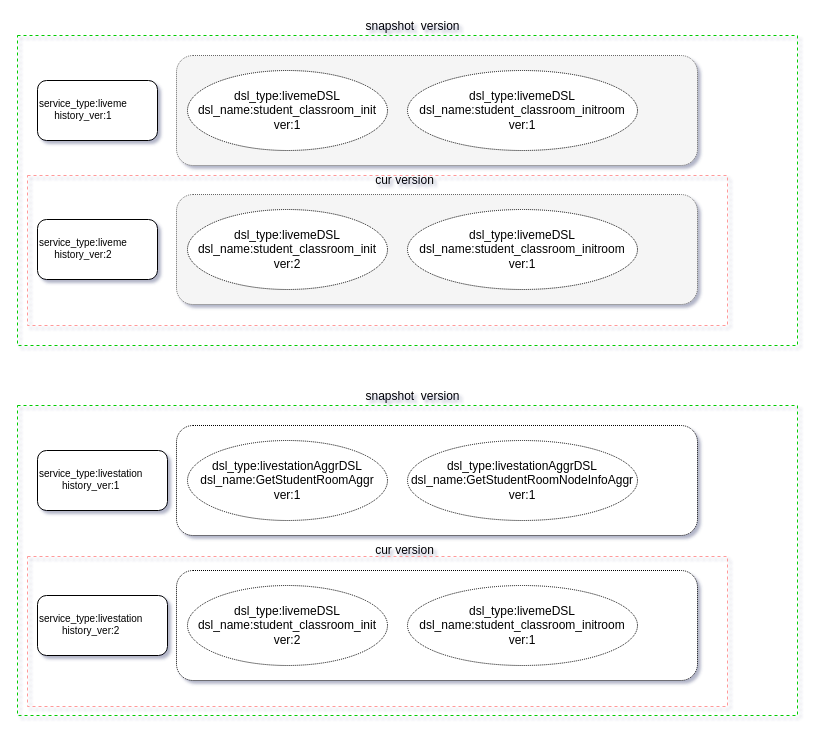
Above: Untitled Diagram.drawio in weedge/mypic (draw.io), before the change. Source tidied: cells renumbered, new cells numbered last; positions are measured from the earlier drawing's top-left corner, leaving out a move shared by most shapes. Both pictures are drawn from the tidied source at 100%, with x=0, y=0 at pixel (17, 17).
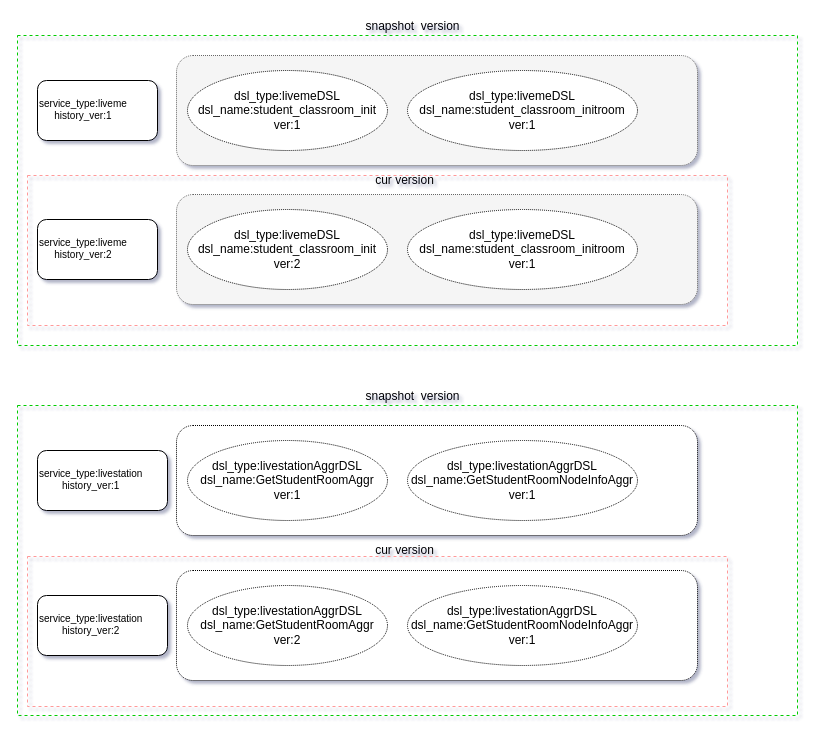
Above is the later version.

What changed in the source:
```diff
@@
-    <mxCell id="20" value="dsl_type:livemeDSL&lt;br&gt;dsl_name:student_classroom_init&lt;br&gt;ver:2" style="ellipse;whiteSpace=wrap;html=1;shadow=0;dashed=1;dashPattern=1 1;labelBackgroundColor=none;align=center;" parent="1" vertex="1">
+    <mxCell id="20" value="dsl_type:livestationAggrDSL&lt;br&gt;dsl_name:GetStudentRoomAggr&lt;br&gt;ver:2" style="ellipse;whiteSpace=wrap;html=1;shadow=0;dashed=1;dashPattern=1 1;labelBackgroundColor=none;align=center;" parent="1" vertex="1">
       <mxGeometry x="170" y="568" width="200" height="80" as="geometry" />
     </mxCell>
@@
-    <mxCell id="22" value="dsl_type:livemeDSL&lt;br&gt;dsl_name:student_classroom_initroom&lt;br&gt;ver:1" style="ellipse;whiteSpace=wrap;html=1;shadow=0;dashed=1;dashPattern=1 1;labelBackgroundColor=none;align=center;" parent="1" vertex="1">
+    <mxCell id="22" value="dsl_type:livestationAggrDSL&lt;br&gt;dsl_name:GetStudentRoomNodeInfoAggr&lt;br&gt;ver:1" style="ellipse;whiteSpace=wrap;html=1;shadow=0;dashed=1;dashPattern=1 1;labelBackgroundColor=none;align=center;" parent="1" vertex="1">
       <mxGeometry x="390" y="568" width="230" height="80" as="geometry" />
     </mxCell>
```
